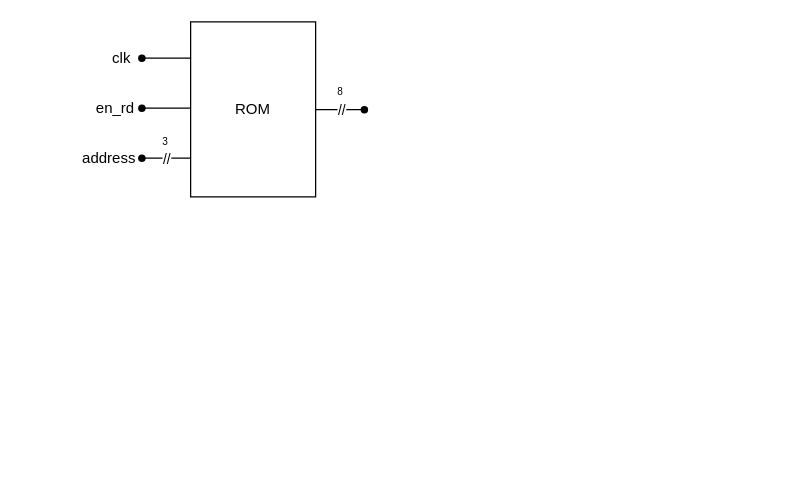
Above: drw/ROM.drawio in antsiri/Elaborato_di_Architettura_dei_Sistemi_Digitali (draw.io), before the change. Source tidied: cells renumbered, new cells numbered last; positions are measured from the earlier drawing's top-left corner, leaving out a move shared by most shapes. Both pictures are drawn from the tidied source at 125%, with x=0, y=0 at pixel (90, 21).
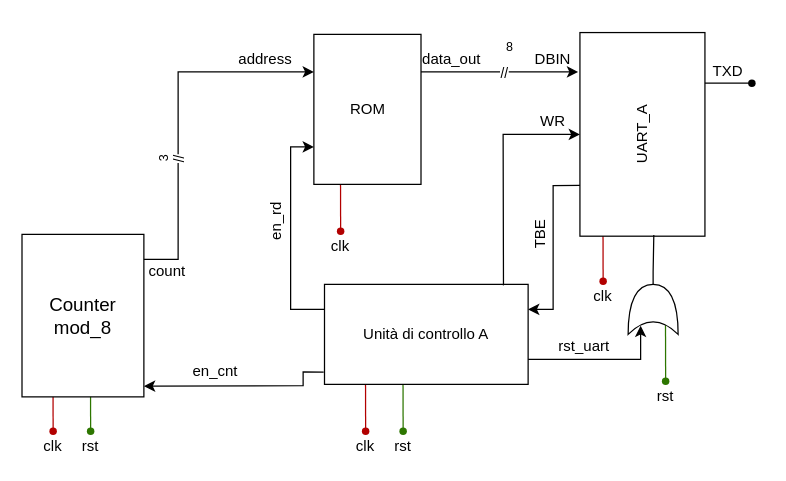
Above is the later version.

Diff of the diagram source:
```diff
@@
-    <mxCell id="2" style="group;rotation=90;" parent="1" vertex="1">
-      <mxGeometry x="50" width="20" height="57.5" as="geometry" />
-    </mxCell>
-    <mxCell id="3" style="endArrow=none;html=1;rounded=0;fillColor=#e1d5e7;strokeColor=#000000;" parent="2" edge="1" source="4">
-      <mxGeometry relative="1" as="geometry">
-        <mxPoint x="39" y="29" as="targetPoint" />
-      </mxGeometry>
-    </mxCell>
-    <mxCell id="4" style="shape=waypoint;sketch=0;fillStyle=solid;size=6;points=[];fillColor=#e1d5e7;perimeter=centerPerimeter;snapToPoint=1;strokeColor=#000000;rotation=90;" parent="2" vertex="1">
-      <mxGeometry x="-19" y="19" width="20" height="20" as="geometry" />
-    </mxCell>
-    <mxCell id="5" value="clk" style="text;html=1;align=center;verticalAlign=middle;whiteSpace=wrap;rounded=0;" parent="2" vertex="1">
-      <mxGeometry x="-40" y="14" width="30" height="30" as="geometry" />
-    </mxCell>
-    <mxCell id="6" style="group;rotation=90;" parent="1" vertex="1">
-      <mxGeometry x="50" y="40" width="20" height="57.5" as="geometry" />
-    </mxCell>
-    <mxCell id="7" style="endArrow=none;html=1;rounded=0;fillColor=#e1d5e7;strokeColor=#000000;" parent="6" edge="1" source="8">
-      <mxGeometry relative="1" as="geometry">
-        <mxPoint x="39" y="29" as="targetPoint" />
-      </mxGeometry>
-    </mxCell>
-    <mxCell id="8" style="shape=waypoint;sketch=0;fillStyle=solid;size=6;points=[];fillColor=#e1d5e7;perimeter=centerPerimeter;snapToPoint=1;strokeColor=#000000;rotation=90;" parent="6" vertex="1">
-      <mxGeometry x="-19" y="19" width="20" height="20" as="geometry" />
-    </mxCell>
-    <mxCell id="9" style="group;rotation=90;" parent="1" vertex="1">
-      <mxGeometry x="50" y="80" width="20" height="57.5" as="geometry" />
-    </mxCell>
-    <mxCell id="10" style="endArrow=none;html=1;rounded=0;fillColor=#e1d5e7;strokeColor=#000000;" parent="9" edge="1" source="12">
-      <mxGeometry relative="1" as="geometry">
-        <mxPoint x="39" y="29" as="targetPoint" />
-      </mxGeometry>
-    </mxCell>
-    <mxCell id="11" value="//" style="edgeLabel;html=1;align=center;verticalAlign=middle;" parent="10" vertex="1">
-      <mxGeometry x="-0.05" relative="1" as="geometry">
-        <mxPoint x="-4" as="offset" />
-      </mxGeometry>
-    </mxCell>
-    <mxCell id="12" style="shape=waypoint;sketch=0;fillStyle=solid;size=6;points=[];fillColor=#e1d5e7;perimeter=centerPerimeter;snapToPoint=1;strokeColor=#000000;rotation=90;" parent="9" vertex="1">
-      <mxGeometry x="-19" y="19" width="20" height="20" as="geometry" />
-    </mxCell>
+    <mxCell id="22" style="group;" parent="1" vertex="1">
+      <mxGeometry x="220" y="280" width="60" height="70" as="geometry" />
+    </mxCell>
+    <mxCell id="23" style="group;" parent="22" vertex="1">
+      <mxGeometry x="20" width="20" height="57.5" as="geometry" />
+    </mxCell>
+    <mxCell id="24" style="endArrow=none;html=1;rounded=0;fillColor=#60a917;strokeColor=#2D7600;" parent="23" edge="1" source="25">
+      <mxGeometry relative="1" as="geometry">
+        <mxPoint x="9.9" as="targetPoint" />
+      </mxGeometry>
+    </mxCell>
+    <mxCell id="25" style="shape=waypoint;sketch=0;fillStyle=solid;size=6;points=[];fillColor=#60a917;perimeter=centerPerimeter;snapToPoint=1;strokeColor=#2D7600;fontColor=#ffffff;" parent="23" vertex="1">
+      <mxGeometry y="37.5" width="20" height="20" as="geometry" />
+    </mxCell>
+    <mxCell id="26" value="rst" style="text;html=1;align=center;verticalAlign=middle;whiteSpace=wrap;rounded=0;" parent="22" vertex="1">
+      <mxGeometry y="50" width="60" height="20" as="geometry" />
+    </mxCell>
+    <mxCell id="27" style="group;" parent="1" vertex="1">
+      <mxGeometry x="-30" y="280" width="60" height="70" as="geometry" />
+    </mxCell>
+    <mxCell id="28" style="group;" parent="27" vertex="1">
+      <mxGeometry x="20" width="20" height="57.5" as="geometry" />
+    </mxCell>
+    <mxCell id="29" style="endArrow=none;html=1;rounded=0;fillColor=#60a917;strokeColor=#2D7600;" parent="28" edge="1" source="30">
+      <mxGeometry relative="1" as="geometry">
+        <mxPoint x="9.9" as="targetPoint" />
+      </mxGeometry>
+    </mxCell>
+    <mxCell id="30" style="shape=waypoint;sketch=0;fillStyle=solid;size=6;points=[];fillColor=#60a917;perimeter=centerPerimeter;snapToPoint=1;strokeColor=#2D7600;fontColor=#ffffff;" parent="28" vertex="1">
+      <mxGeometry y="37.5" width="20" height="20" as="geometry" />
+    </mxCell>
+    <mxCell id="31" value="rst" style="text;html=1;align=center;verticalAlign=middle;whiteSpace=wrap;rounded=0;" parent="27" vertex="1">
+      <mxGeometry y="50" width="60" height="20" as="geometry" />
+    </mxCell>
+    <mxCell id="32" style="group;" parent="1" vertex="1">
+      <mxGeometry x="430" y="240" width="60" height="70" as="geometry" />
+    </mxCell>
+    <mxCell id="33" style="group;" parent="32" vertex="1">
+      <mxGeometry x="20" width="20" height="57.5" as="geometry" />
+    </mxCell>
+    <mxCell id="34" style="endArrow=none;html=1;rounded=0;fillColor=#60a917;strokeColor=#2D7600;" parent="33" edge="1" source="35">
+      <mxGeometry relative="1" as="geometry">
+        <mxPoint x="9.9" as="targetPoint" />
+      </mxGeometry>
+    </mxCell>
+    <mxCell id="35" style="shape=waypoint;sketch=0;fillStyle=solid;size=6;points=[];fillColor=#60a917;perimeter=centerPerimeter;snapToPoint=1;strokeColor=#2D7600;fontColor=#ffffff;" parent="33" vertex="1">
+      <mxGeometry y="37.5" width="20" height="20" as="geometry" />
+    </mxCell>
+    <mxCell id="36" value="rst" style="text;html=1;align=center;verticalAlign=middle;whiteSpace=wrap;rounded=0;" parent="32" vertex="1">
+      <mxGeometry y="50" width="60" height="20" as="geometry" />
+    </mxCell>
+    <mxCell id="37" style="group;" parent="1" vertex="1">
+      <mxGeometry x="210" y="280" width="20" height="70" as="geometry" />
+    </mxCell>
+    <mxCell id="38" style="group;" parent="37" vertex="1">
+      <mxGeometry width="20" height="57.5" as="geometry" />
+    </mxCell>
+    <mxCell id="39" style="endArrow=none;html=1;rounded=0;fillColor=#e51400;strokeColor=#B20000;" parent="38" edge="1" source="40">
+      <mxGeometry relative="1" as="geometry">
+        <mxPoint x="9.9" as="targetPoint" />
+      </mxGeometry>
+    </mxCell>
+    <mxCell id="40" style="shape=waypoint;sketch=0;fillStyle=solid;size=6;points=[];fillColor=#e51400;perimeter=centerPerimeter;snapToPoint=1;strokeColor=#B20000;fontColor=#ffffff;" parent="38" vertex="1">
+      <mxGeometry y="37.5" width="20" height="20" as="geometry" />
+    </mxCell>
+    <mxCell id="41" value="clk" style="text;html=1;align=center;verticalAlign=middle;whiteSpace=wrap;rounded=0;" parent="37" vertex="1">
+      <mxGeometry y="50" width="20" height="20" as="geometry" />
+    </mxCell>
+    <mxCell id="42" style="group;" parent="1" vertex="1">
+      <mxGeometry x="400" y="160" width="20" height="70" as="geometry" />
+    </mxCell>
+    <mxCell id="43" style="group;" parent="42" vertex="1">
+      <mxGeometry width="20" height="57.5" as="geometry" />
+    </mxCell>
+    <mxCell id="44" style="endArrow=none;html=1;rounded=0;fillColor=#e51400;strokeColor=#B20000;" parent="43" edge="1" source="45">
+      <mxGeometry relative="1" as="geometry">
+        <mxPoint x="9.9" as="targetPoint" />
+      </mxGeometry>
+    </mxCell>
+    <mxCell id="45" style="shape=waypoint;sketch=0;fillStyle=solid;size=6;points=[];fillColor=#e51400;perimeter=centerPerimeter;snapToPoint=1;strokeColor=#B20000;fontColor=#ffffff;" parent="43" vertex="1">
+      <mxGeometry y="37.5" width="20" height="20" as="geometry" />
+    </mxCell>
+    <mxCell id="46" value="clk" style="text;html=1;align=center;verticalAlign=middle;whiteSpace=wrap;rounded=0;" parent="42" vertex="1">
+      <mxGeometry y="50" width="20" height="20" as="geometry" />
+    </mxCell>
+    <mxCell id="47" style="group;" parent="1" vertex="1">
+      <mxGeometry x="190" y="120" width="20" height="70" as="geometry" />
+    </mxCell>
+    <mxCell id="48" style="group;" parent="47" vertex="1">
+      <mxGeometry width="20" height="57.5" as="geometry" />
+    </mxCell>
+    <mxCell id="49" style="endArrow=none;html=1;rounded=0;fillColor=#e51400;strokeColor=#B20000;" parent="48" edge="1" source="50">
+      <mxGeometry relative="1" as="geometry">
+        <mxPoint x="9.9" as="targetPoint" />
+      </mxGeometry>
+    </mxCell>
+    <mxCell id="50" style="shape=waypoint;sketch=0;fillStyle=solid;size=6;points=[];fillColor=#e51400;perimeter=centerPerimeter;snapToPoint=1;strokeColor=#B20000;fontColor=#ffffff;" parent="48" vertex="1">
+      <mxGeometry y="37.5" width="20" height="20" as="geometry" />
+    </mxCell>
+    <mxCell id="51" value="clk" style="text;html=1;align=center;verticalAlign=middle;whiteSpace=wrap;rounded=0;" parent="47" vertex="1">
+      <mxGeometry y="50" width="20" height="20" as="geometry" />
+    </mxCell>
+    <mxCell id="52" style="group;" parent="1" vertex="1">
+      <mxGeometry x="-40" y="280" width="20" height="70" as="geometry" />
+    </mxCell>
+    <mxCell id="53" style="group;" parent="52" vertex="1">
+      <mxGeometry width="20" height="57.5" as="geometry" />
+    </mxCell>
+    <mxCell id="54" style="endArrow=none;html=1;rounded=0;fillColor=#e51400;strokeColor=#B20000;" parent="53" edge="1" source="55">
+      <mxGeometry relative="1" as="geometry">
+        <mxPoint x="9.9" as="targetPoint" />
+      </mxGeometry>
+    </mxCell>
+    <mxCell id="55" style="shape=waypoint;sketch=0;fillStyle=solid;size=6;points=[];fillColor=#e51400;perimeter=centerPerimeter;snapToPoint=1;strokeColor=#B20000;fontColor=#ffffff;" parent="53" vertex="1">
+      <mxGeometry y="37.5" width="20" height="20" as="geometry" />
+    </mxCell>
+    <mxCell id="56" value="clk" style="text;html=1;align=center;verticalAlign=middle;whiteSpace=wrap;rounded=0;" parent="52" vertex="1">
+      <mxGeometry y="50" width="20" height="20" as="geometry" />
+    </mxCell>
+    <mxCell id="57" value="Unità di controllo A" style="rounded=0;whiteSpace=wrap;html=1;" parent="1" vertex="1">
+      <mxGeometry x="187.1" y="210" width="162.9" height="80" as="geometry" />
+    </mxCell>
+    <mxCell id="20" value="ROM" style="rounded=0;whiteSpace=wrap;html=1;" parent="1" vertex="1">
+      <mxGeometry x="178.6" y="10" width="85.7" height="120" as="geometry" />
+    </mxCell>
+    <mxCell id="58" value="en_cnt" style="text;html=1;align=center;verticalAlign=middle;whiteSpace=wrap;rounded=0;" parent="1" vertex="1">
+      <mxGeometry x="70" y="270" width="60" height="20" as="geometry" />
+    </mxCell>
+    <mxCell id="59" value="&lt;font style=&quot;font-size: 15px;&quot;&gt;Counter&lt;/font&gt;&lt;div&gt;&lt;font style=&quot;font-size: 15px;&quot;&gt;mod_8&lt;/font&gt;&lt;/div&gt;" style="rounded=0;whiteSpace=wrap;html=1;" parent="1" vertex="1">
+      <mxGeometry x="-54.9" y="170" width="97.5" height="130" as="geometry" />
+    </mxCell>
+    <mxCell id="14" value="address" style="text;html=1;align=center;verticalAlign=middle;whiteSpace=wrap;rounded=0;" parent="1" vertex="1">
+      <mxGeometry x="110" y="20" width="60" height="20" as="geometry" />
+    </mxCell>
+    <mxCell id="60" value="count" style="text;html=1;align=center;verticalAlign=middle;whiteSpace=wrap;rounded=0;" parent="1" vertex="1">
+      <mxGeometry x="42.6" y="190" width="37.4" height="20" as="geometry" />
+    </mxCell>
+    <mxCell id="15" value="&lt;font style=&quot;font-size: 10px;&quot;&gt;3&lt;/font&gt;" style="text;html=1;align=center;verticalAlign=middle;whiteSpace=wrap;rounded=0;rotation=-90;" parent="1" vertex="1">
+      <mxGeometry x="37.5" y="100" width="42.5" height="20" as="geometry" />
+    </mxCell>
-    <mxCell id="13" value="en_rd" style="text;html=1;align=center;verticalAlign=middle;whiteSpace=wrap;rounded=0;" parent="1" vertex="1">
-      <mxGeometry y="53.8" width="40" height="30" as="geometry" />
+    <mxCell id="13" value="en_rd" style="text;html=1;align=center;verticalAlign=middle;whiteSpace=wrap;rounded=0;rotation=-90;" parent="1" vertex="1">
+      <mxGeometry x="118.6" y="150" width="60" height="20" as="geometry" />
     </mxCell>
-    <mxCell id="14" value="address" style="text;html=1;align=center;verticalAlign=middle;whiteSpace=wrap;rounded=0;" parent="1" vertex="1">
-      <mxGeometry y="93.8" width="30" height="30" as="geometry" />
-    </mxCell>
-    <mxCell id="15" value="&lt;font style=&quot;font-size: 8px;&quot;&gt;3&lt;/font&gt;" style="text;html=1;align=center;verticalAlign=middle;whiteSpace=wrap;rounded=0;" parent="1" vertex="1">
-      <mxGeometry x="30" y="80" width="60" height="30" as="geometry" />
-    </mxCell>
-    <mxCell id="16" style="group;rotation=90;flipH=1;" parent="1" vertex="1">
-      <mxGeometry x="190" y="41.2" width="20" height="57.5" as="geometry" />
-    </mxCell>
-    <mxCell id="17" style="endArrow=none;html=1;rounded=0;fillColor=#e1d5e7;strokeColor=#000000;" parent="16" edge="1" source="19">
-      <mxGeometry relative="1" as="geometry">
-        <mxPoint x="-19" y="29" as="targetPoint" />
-      </mxGeometry>
-    </mxCell>
-    <mxCell id="18" value="//" style="edgeLabel;html=1;align=center;verticalAlign=middle;" parent="17" vertex="1">
-      <mxGeometry x="-0.19" relative="1" as="geometry" />
-    </mxCell>
-    <mxCell id="19" style="shape=waypoint;sketch=0;fillStyle=solid;size=6;points=[];fillColor=#e1d5e7;perimeter=centerPerimeter;snapToPoint=1;strokeColor=#000000;rotation=90;" parent="16" vertex="1">
-      <mxGeometry x="19" y="19" width="20" height="20" as="geometry" />
-    </mxCell>
-    <mxCell id="20" value="ROM" style="rounded=0;whiteSpace=wrap;html=1;" parent="1" vertex="1">
-      <mxGeometry x="80" width="100" height="140" as="geometry" />
-    </mxCell>
+    <mxCell id="61" style="group;rotation=-90;" parent="1" vertex="1">
+      <mxGeometry x="500" y="20" width="20" height="57.5" as="geometry" />
+    </mxCell>
+    <mxCell id="62" style="endArrow=none;html=1;rounded=0;fillColor=#e1d5e7;strokeColor=#000000;" parent="61" edge="1" source="63">
+      <mxGeometry relative="1" as="geometry">
+        <mxPoint x="-19" y="29" as="targetPoint" />
+      </mxGeometry>
+    </mxCell>
+    <mxCell id="63" style="shape=waypoint;sketch=0;fillStyle=solid;size=6;points=[];fillColor=#e1d5e7;perimeter=centerPerimeter;snapToPoint=1;strokeColor=#000000;rotation=-90;" parent="61" vertex="1">
+      <mxGeometry x="19" y="19" width="20" height="20" as="geometry" />
+    </mxCell>
+    <mxCell id="64" value="UART_A" style="rounded=0;whiteSpace=wrap;html=1;rotation=-90;" parent="1" vertex="1">
+      <mxGeometry x="360" y="40" width="162.9" height="100" as="geometry" />
+    </mxCell>
+    <mxCell id="65" value="DBIN" style="text;html=1;align=center;verticalAlign=middle;whiteSpace=wrap;rounded=0;" parent="1" vertex="1">
+      <mxGeometry x="350" y="20" width="40" height="20" as="geometry" />
+    </mxCell>
+    <mxCell id="66" value="data_out" style="text;html=1;align=center;verticalAlign=middle;whiteSpace=wrap;rounded=0;" parent="1" vertex="1">
+      <mxGeometry x="264.3" y="20" width="50" height="20" as="geometry" />
+    </mxCell>
+    <mxCell id="67" value="WR" style="text;html=1;align=center;verticalAlign=middle;whiteSpace=wrap;rounded=0;" parent="1" vertex="1">
+      <mxGeometry x="350" y="70" width="40" height="20" as="geometry" />
+    </mxCell>
+    <mxCell id="68" style="endArrow=classic;html=1;rounded=0;entryX=1;entryY=0.25;entryDx=0;entryDy=0;exitX=0.25;exitY=0;exitDx=0;exitDy=0;" parent="1" edge="1" source="64" target="57">
+      <mxGeometry relative="1" as="geometry">
+        <Array as="points">
+          <mxPoint x="370" y="131" />
+          <mxPoint x="370" y="230" />
+        </Array>
+      </mxGeometry>
+    </mxCell>
+    <mxCell id="69" value="TBE" style="text;html=1;align=center;verticalAlign=middle;whiteSpace=wrap;rounded=0;rotation=-90;" parent="1" vertex="1">
+      <mxGeometry x="340" y="160" width="40" height="20" as="geometry" />
+    </mxCell>
+    <mxCell id="70" style="endArrow=classic;html=1;rounded=0;entryX=0.5;entryY=0;entryDx=0;entryDy=0;exitX=0.879;exitY=0.01;exitDx=0;exitDy=0;exitPerimeter=0;" parent="1" edge="1" source="57" target="64">
+      <mxGeometry relative="1" as="geometry">
+        <Array as="points">
+          <mxPoint x="330" y="90" />
+        </Array>
+      </mxGeometry>
+    </mxCell>
+    <mxCell id="71" style="endArrow=classic;html=1;rounded=0;exitX=0;exitY=1;exitDx=0;exitDy=0;entryX=1;entryY=1;entryDx=0;entryDy=0;" parent="1" edge="1" source="66" target="65">
+      <mxGeometry relative="1" as="geometry" />
+    </mxCell>
+    <mxCell id="72" value="//" style="edgeLabel;html=1;align=center;verticalAlign=middle;" parent="71" vertex="1">
+      <mxGeometry x="0.05" relative="1" as="geometry" />
+    </mxCell>
+    <mxCell id="73" style="endArrow=classic;html=1;rounded=0;exitX=0;exitY=0;exitDx=0;exitDy=0;entryX=0;entryY=0.25;entryDx=0;entryDy=0;" parent="1" edge="1" source="60" target="20">
+      <mxGeometry relative="1" as="geometry">
+        <Array as="points">
+          <mxPoint x="70" y="190" />
+          <mxPoint x="70" y="40" />
+        </Array>
+      </mxGeometry>
+    </mxCell>
+    <mxCell id="74" value="//" style="edgeLabel;html=1;align=center;verticalAlign=middle;rotation=90;" parent="73" vertex="1">
+      <mxGeometry x="-0.24" y="-2" relative="1" as="geometry">
+        <mxPoint x="-1" as="offset" />
+      </mxGeometry>
+    </mxCell>
-    <mxCell id="21" value="&lt;font style=&quot;font-size: 8px;&quot;&gt;8&lt;/font&gt;" style="text;html=1;align=center;verticalAlign=middle;whiteSpace=wrap;rounded=0;" parent="1" vertex="1">
-      <mxGeometry x="170" y="40" width="60" height="30" as="geometry" />
+    <mxCell id="21" value="&lt;font style=&quot;font-size: 10px;&quot;&gt;8&lt;/font&gt;" style="text;html=1;align=center;verticalAlign=middle;whiteSpace=wrap;rounded=0;rotation=0;" parent="1" vertex="1">
+      <mxGeometry x="314.3" y="10" width="42.5" height="20" as="geometry" />
     </mxCell>
+    <mxCell id="75" style="endArrow=classic;html=1;rounded=0;exitX=0;exitY=0.25;exitDx=0;exitDy=0;entryX=0;entryY=0.75;entryDx=0;entryDy=0;" parent="1" edge="1" source="57" target="20">
+      <mxGeometry relative="1" as="geometry">
+        <Array as="points">
+          <mxPoint x="160" y="230" />
+          <mxPoint x="160" y="100" />
+        </Array>
+      </mxGeometry>
+    </mxCell>
+    <mxCell id="76" value="TXD" style="text;html=1;align=center;verticalAlign=middle;whiteSpace=wrap;rounded=0;" parent="1" vertex="1">
+      <mxGeometry x="490" y="30" width="40" height="20" as="geometry" />
+    </mxCell>
+    <mxCell id="77" style="endArrow=classic;html=1;rounded=0;exitX=-0.004;exitY=0.877;exitDx=0;exitDy=0;exitPerimeter=0;entryX=1.001;entryY=0.934;entryDx=0;entryDy=0;entryPerimeter=0;" parent="1" edge="1" source="57" target="59">
+      <mxGeometry relative="1" as="geometry">
+        <Array as="points">
+          <mxPoint x="170" y="280" />
+          <mxPoint x="170" y="291" />
+        </Array>
+      </mxGeometry>
+    </mxCell>
+    <mxCell id="78" style="endArrow=classic;html=1;rounded=0;exitX=1;exitY=0.75;exitDx=0;exitDy=0;entryX=0.175;entryY=0.25;entryDx=0;entryDy=0;entryPerimeter=0;" parent="1" edge="1" source="57" target="80">
+      <mxGeometry relative="1" as="geometry">
+        <Array as="points">
+          <mxPoint x="440" y="270" />
+        </Array>
+      </mxGeometry>
+    </mxCell>
+    <mxCell id="79" style="endArrow=none;html=1;rounded=0;exitX=1;exitY=0.5;exitDx=0;exitDy=0;exitPerimeter=0;entryX=0.006;entryY=0.591;entryDx=0;entryDy=0;entryPerimeter=0;" parent="1" edge="1" target="64">
+      <mxGeometry relative="1" as="geometry">
+        <mxPoint x="450" y="210" as="sourcePoint" />
+        <Array as="points">
+          <mxPoint x="450" y="200" />
+        </Array>
+      </mxGeometry>
+    </mxCell>
+    <mxCell id="80" style="shape=xor;whiteSpace=wrap;html=1;rotation=-90;" parent="1" vertex="1">
+      <mxGeometry x="430" y="210" width="40" height="40" as="geometry" />
+    </mxCell>
+    <mxCell id="81" value="rst_uart" style="text;html=1;align=center;verticalAlign=middle;whiteSpace=wrap;rounded=0;" parent="1" vertex="1">
+      <mxGeometry x="370" y="250" width="50" height="20" as="geometry" />
+    </mxCell>
```
